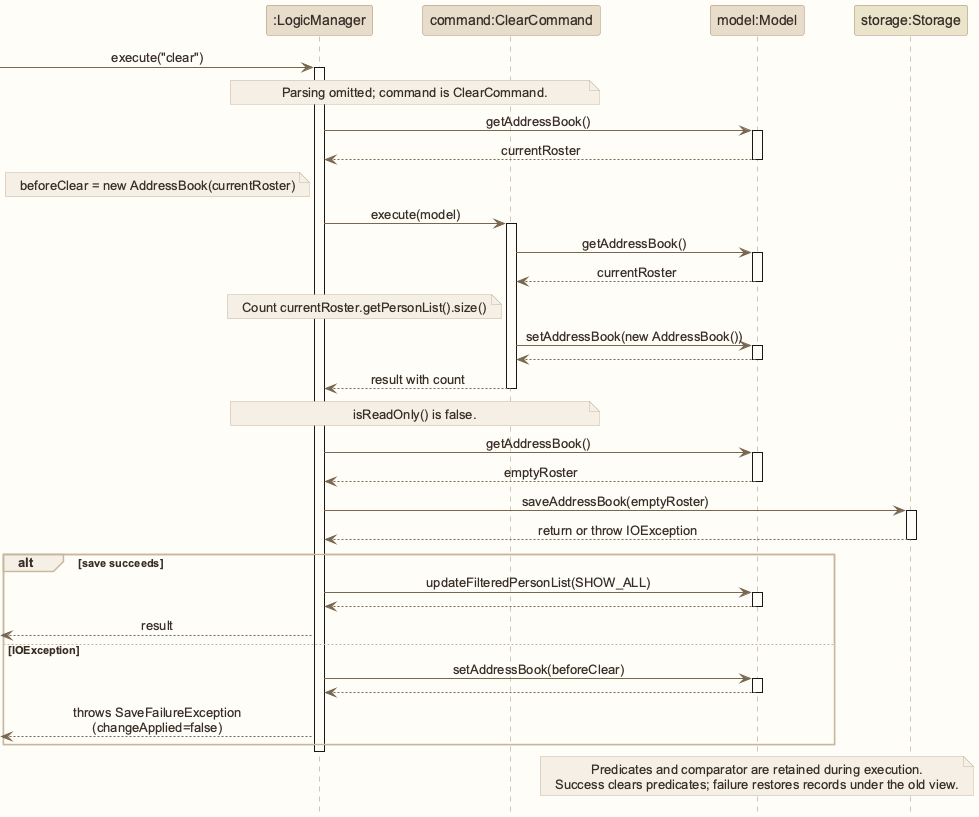
Above: docs/images/ClearSequenceDiagram.png in AY2627S1-CS2103T-W12-1/tp (PlantUML), before the change. Its diagram source:
```plantuml
@startuml
!include style.puml
skinparam ArrowFontStyle plain
participant ":LogicManager" as logic LOGIC_COLOR
participant "command:ClearCommand" as command LOGIC_COLOR
participant "model:Model" as model MODEL_COLOR
participant "storage:Storage" as storage STORAGE_COLOR

[-> logic : execute("clear")
activate logic
note over logic, command: Parsing omitted; command is ClearCommand.
logic -> model : getAddressBook()
activate model
model --> logic : currentRoster
deactivate model
note left of logic: beforeClear = new AddressBook(currentRoster)
logic -> command : execute(model)
activate command
command -> model : getAddressBook()
activate model
model --> command : currentRoster
note left of command: Count currentRoster.getPersonList().size()
deactivate model
command -> model : setAddressBook(new AddressBook())
activate model
model --> command
deactivate model
command --> logic : result with count
deactivate command
note over logic, command: isReadOnly() is false.
logic -> model : getAddressBook()
activate model
model --> logic : emptyRoster
deactivate model
logic -> storage : saveAddressBook(emptyRoster)
activate storage
storage --> logic : return or throw IOException
deactivate storage
alt save succeeds
    logic -> model : updateFilteredPersonList(SHOW_ALL)
    activate model
    model --> logic
    deactivate model
    logic -->[ : result
else IOException
    logic -> model : setAddressBook(beforeClear)
    activate model
    model --> logic
    deactivate model
    logic -->[ : throws SaveFailureException\n(changeApplied=false)
end
deactivate logic
note over model: Predicates and comparator are retained during execution.\nSuccess clears predicates; failure restores records under the old view.
@enduml
```
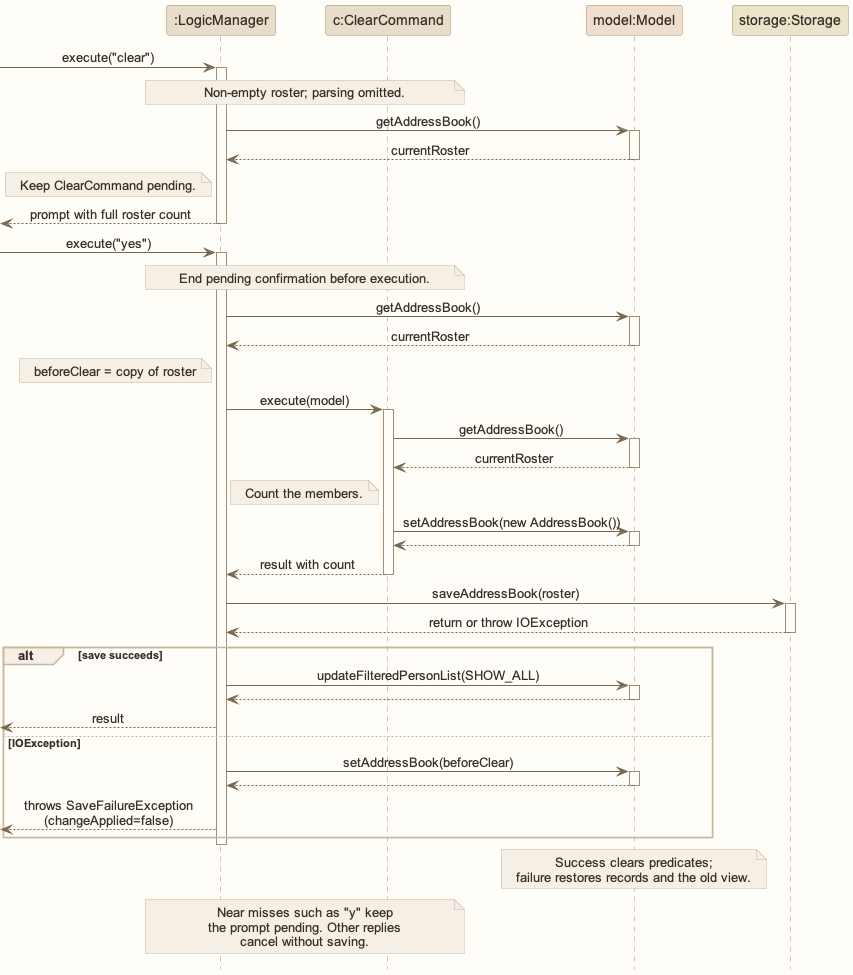
Above is the later version.

Diff of the diagram source:
```diff
@@ -2,24 +2,35 @@
 !include style.puml
 skinparam ArrowFontStyle plain
 participant ":LogicManager" as logic LOGIC_COLOR
-participant "command:ClearCommand" as command LOGIC_COLOR
+participant "c:ClearCommand" as command LOGIC_COLOR
 participant "model:Model" as model MODEL_COLOR
 participant "storage:Storage" as storage STORAGE_COLOR
 
 [-> logic : execute("clear")
 activate logic
-note over logic, command: Parsing omitted; command is ClearCommand.
+note over logic, command: Non-empty roster; parsing omitted.
 logic -> model : getAddressBook()
 activate model
 model --> logic : currentRoster
 deactivate model
-note left of logic: beforeClear = new AddressBook(currentRoster)
+note left of logic: Keep ClearCommand pending.
+logic -->[ : prompt with full roster count
+deactivate logic
+
+[-> logic : execute("yes")
+activate logic
+note over logic, command: End pending confirmation before execution.
+logic -> model : getAddressBook()
+activate model
+model --> logic : currentRoster
+deactivate model
+note left of logic: beforeClear = copy of roster
 logic -> command : execute(model)
 activate command
 command -> model : getAddressBook()
 activate model
 model --> command : currentRoster
-note left of command: Count currentRoster.getPersonList().size()
+note left of command: Count the members.
 deactivate model
 command -> model : setAddressBook(new AddressBook())
 activate model
@@ -27,12 +38,7 @@
 deactivate model
 command --> logic : result with count
 deactivate command
-note over logic, command: isReadOnly() is false.
-logic -> model : getAddressBook()
-activate model
-model --> logic : emptyRoster
-deactivate model
-logic -> storage : saveAddressBook(emptyRoster)
+logic -> storage : saveAddressBook(roster)
 activate storage
 storage --> logic : return or throw IOException
 deactivate storage
@@ -50,5 +56,6 @@
     logic -->[ : throws SaveFailureException\n(changeApplied=false)
 end
 deactivate logic
-note over model: Predicates and comparator are retained during execution.\nSuccess clears predicates; failure restores records under the old view.
+note over model: Success clears predicates;\nfailure restores records and the old view.
+note over logic, command: Near misses such as "y" keep\nthe prompt pending. Other replies\ncancel without saving.
 @enduml
```
